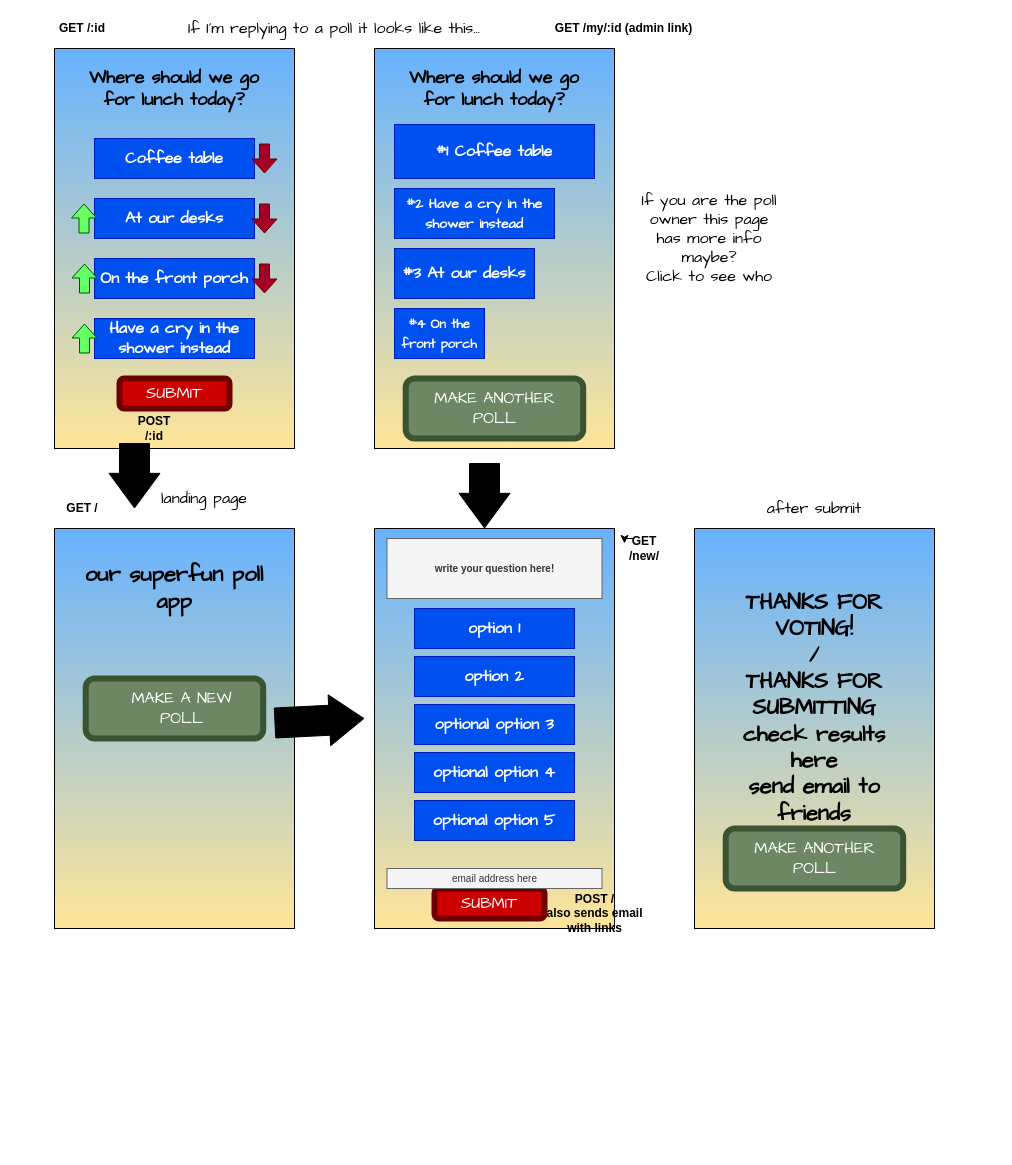
This is docs/UI mockups first draft.drawio from gybubest/midterm, a draw.io file, before an edit. Source tidied: cells renumbered, new cells numbered last; positions are measured from the earlier drawing's top-left corner, leaving out a move shared by most shapes. Both pictures are drawn from the tidied source at 100%, with x=0, y=0 at pixel (16, 18).
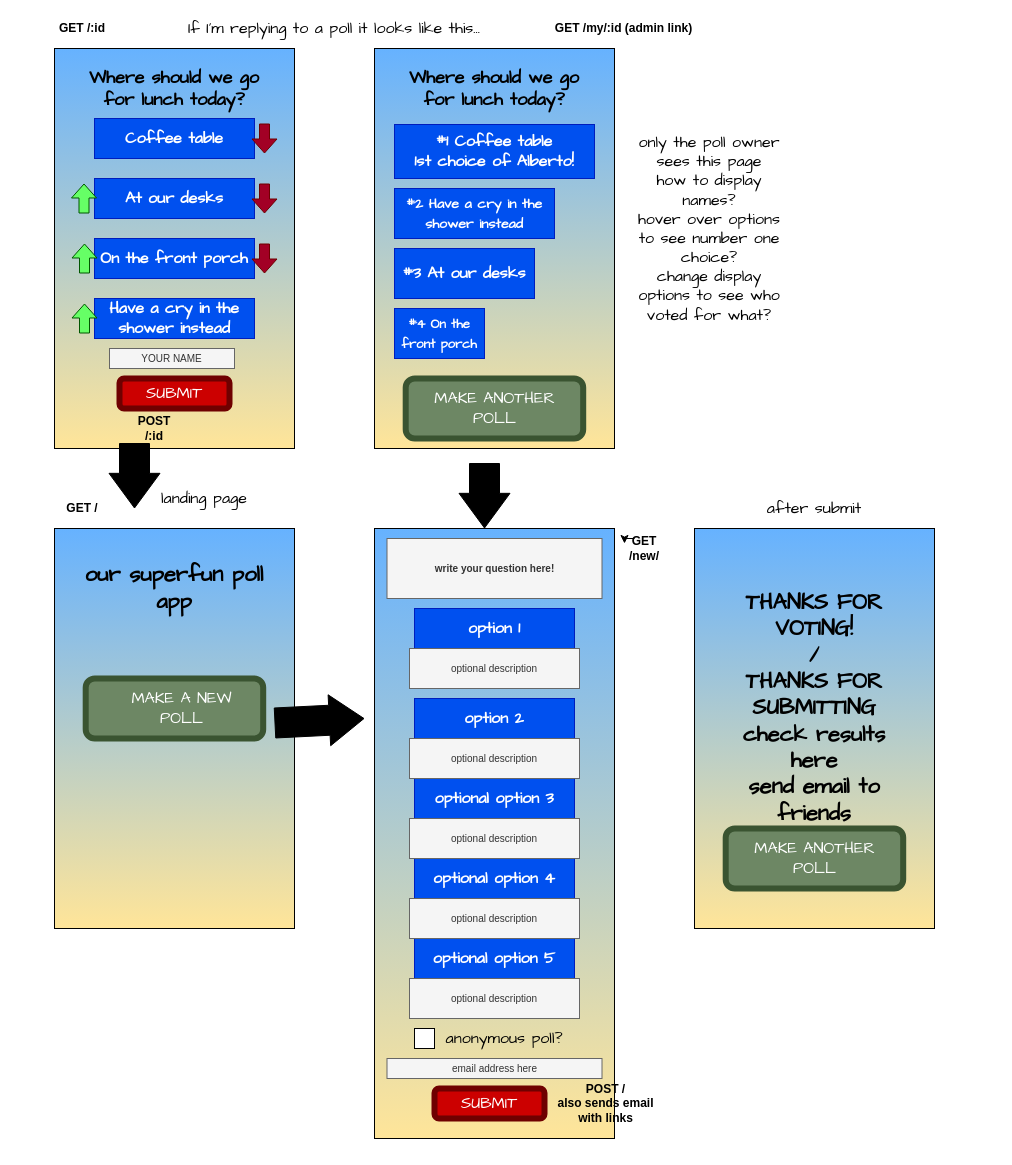
The same page after the edit.

The edit, as a diff of the source:
```diff
@@
     <mxCell id="4" value="Coffee table" style="text;html=1;strokeColor=#001DBC;fillColor=#0050ef;align=center;verticalAlign=middle;whiteSpace=wrap;rounded=0;fontFamily=Comic Sans MS;fontColor=#ffffff;fontStyle=1;fontSize=16;" parent="1" vertex="1">
-      <mxGeometry x="78" y="120" width="160" height="40" as="geometry" />
+      <mxGeometry x="78" y="100" width="160" height="40" as="geometry" />
     </mxCell>
     <mxCell id="5" value="At our desks" style="text;html=1;strokeColor=#001DBC;fillColor=#0050ef;align=center;verticalAlign=middle;whiteSpace=wrap;rounded=0;fontFamily=Comic Sans MS;fontColor=#ffffff;fontStyle=1;fontSize=16;" parent="1" vertex="1">
-      <mxGeometry x="78" y="180" width="160" height="40" as="geometry" />
+      <mxGeometry x="78" y="160" width="160" height="40" as="geometry" />
     </mxCell>
     <mxCell id="6" value="On the front porch" style="text;html=1;strokeColor=#001DBC;fillColor=#0050ef;align=center;verticalAlign=middle;whiteSpace=wrap;rounded=0;fontFamily=Comic Sans MS;fontColor=#ffffff;fontStyle=1;fontSize=16;" parent="1" vertex="1">
-      <mxGeometry x="78" y="240" width="160" height="40" as="geometry" />
+      <mxGeometry x="78" y="220" width="160" height="40" as="geometry" />
     </mxCell>
     <mxCell id="7" value="Have a cry in the shower instead" style="text;html=1;strokeColor=#001DBC;fillColor=#0050ef;align=center;verticalAlign=middle;whiteSpace=wrap;rounded=0;fontFamily=Comic Sans MS;fontColor=#ffffff;fontStyle=1;fontSize=16;" parent="1" vertex="1">
-      <mxGeometry x="78" y="300" width="160" height="40" as="geometry" />
+      <mxGeometry x="78" y="280" width="160" height="40" as="geometry" />
     </mxCell>
     <mxCell id="8" style="shape=flexArrow;endArrow=classic;html=1;fontFamily=Comic Sans MS;fontSize=16;fontColor=#FFFFFF;entryX=0;entryY=0;entryDx=0;entryDy=0;strokeColor=#005700;fillColor=#66FF66;endWidth=14;endSize=4.33;" parent="1" edge="1">
       <mxGeometry relative="1" as="geometry">
-        <mxPoint x="67.5" y="215" as="sourcePoint" />
-        <mxPoint x="67.5" y="185" as="targetPoint" />
+        <mxPoint x="67.5" y="195" as="sourcePoint" />
+        <mxPoint x="67.5" y="165" as="targetPoint" />
       </mxGeometry>
     </mxCell>
     <mxCell id="9" style="shape=flexArrow;endArrow=classic;html=1;fontFamily=Comic Sans MS;fontSize=16;fontColor=#FFFFFF;entryX=0;entryY=0;entryDx=0;entryDy=0;strokeColor=#005700;fillColor=#66FF66;endWidth=14;endSize=4.33;" parent="1" edge="1">
       <mxGeometry relative="1" as="geometry">
-        <mxPoint x="68" y="275" as="sourcePoint" />
-        <mxPoint x="68" y="245" as="targetPoint" />
+        <mxPoint x="68" y="255" as="sourcePoint" />
+        <mxPoint x="68" y="225" as="targetPoint" />
       </mxGeometry>
     </mxCell>
     <mxCell id="10" style="shape=flexArrow;endArrow=classic;html=1;fontFamily=Comic Sans MS;fontSize=16;fontColor=#FFFFFF;entryX=0;entryY=0;entryDx=0;entryDy=0;strokeColor=#005700;fillColor=#66FF66;endWidth=14;endSize=4.33;" parent="1" edge="1">
       <mxGeometry relative="1" as="geometry">
-        <mxPoint x="68" y="335" as="sourcePoint" />
-        <mxPoint x="68" y="305" as="targetPoint" />
+        <mxPoint x="68" y="315" as="sourcePoint" />
+        <mxPoint x="68" y="285" as="targetPoint" />
       </mxGeometry>
     </mxCell>
     <mxCell id="11" style="shape=flexArrow;endArrow=classic;html=1;fontFamily=Comic Sans MS;fontSize=16;fontColor=#FFFFFF;strokeColor=#6F0000;fillColor=#a20025;endWidth=14;endSize=4.33;" parent="1" edge="1">
       <mxGeometry relative="1" as="geometry">
-        <mxPoint x="248" y="125" as="sourcePoint" />
-        <mxPoint x="248" y="155" as="targetPoint" />
+        <mxPoint x="248" y="105" as="sourcePoint" />
+        <mxPoint x="248" y="135" as="targetPoint" />
       </mxGeometry>
     </mxCell>
     <mxCell id="12" style="shape=flexArrow;endArrow=classic;html=1;fontFamily=Comic Sans MS;fontSize=16;fontColor=#FFFFFF;strokeColor=#6F0000;fillColor=#a20025;endWidth=14;endSize=4.33;" parent="1" edge="1">
       <mxGeometry relative="1" as="geometry">
-        <mxPoint x="248" y="185" as="sourcePoint" />
-        <mxPoint x="248" y="215" as="targetPoint" />
+        <mxPoint x="248" y="165" as="sourcePoint" />
+        <mxPoint x="248" y="195" as="targetPoint" />
       </mxGeometry>
     </mxCell>
     <mxCell id="13" style="shape=flexArrow;endArrow=classic;html=1;fontFamily=Comic Sans MS;fontSize=16;fontColor=#FFFFFF;strokeColor=#6F0000;fillColor=#a20025;endWidth=14;endSize=4.33;" parent="1" edge="1">
       <mxGeometry relative="1" as="geometry">
-        <mxPoint x="248" y="245" as="sourcePoint" />
-        <mxPoint x="248" y="275" as="targetPoint" />
+        <mxPoint x="248" y="225" as="sourcePoint" />
+        <mxPoint x="248" y="255" as="targetPoint" />
       </mxGeometry>
     </mxCell>
@@
-    <mxCell id="18" value="#1 Coffee table" style="text;html=1;strokeColor=#001DBC;fillColor=#0050ef;align=center;verticalAlign=middle;whiteSpace=wrap;rounded=0;fontFamily=Comic Sans MS;fontColor=#ffffff;fontStyle=1;fontSize=16;" parent="1" vertex="1">
+    <mxCell id="18" value="&lt;div&gt;#1 Coffee table&lt;/div&gt;&lt;div&gt;1st choice of Alberto!&lt;br&gt;&lt;/div&gt;" style="text;html=1;strokeColor=#001DBC;fillColor=#0050ef;align=center;verticalAlign=middle;whiteSpace=wrap;rounded=0;fontFamily=Comic Sans MS;fontColor=#ffffff;fontStyle=1;fontSize=16;" parent="1" vertex="1">
       <mxGeometry x="378" y="106" width="200" height="54" as="geometry" />
     </mxCell>
@@
     <mxCell id="32" style="rounded=0;whiteSpace=wrap;html=1;fillColor=#FFE599;gradientDirection=north;gradientColor=#66B2FF;" parent="1" vertex="1">
-      <mxGeometry x="358" y="510" width="240" height="400" as="geometry" />
+      <mxGeometry x="358" y="510" width="240" height="610" as="geometry" />
     </mxCell>
@@
     <mxCell id="34" value="option 2" style="text;html=1;strokeColor=#001DBC;fillColor=#0050ef;align=center;verticalAlign=middle;whiteSpace=wrap;rounded=0;fontFamily=Comic Sans MS;fontColor=#ffffff;fontStyle=1;fontSize=16;" parent="1" vertex="1">
-      <mxGeometry x="398" y="638" width="160" height="40" as="geometry" />
+      <mxGeometry x="398" y="680" width="160" height="40" as="geometry" />
     </mxCell>
     <mxCell id="35" value="optional option 3" style="text;html=1;strokeColor=#001DBC;fillColor=#0050ef;align=center;verticalAlign=middle;whiteSpace=wrap;rounded=0;fontFamily=Comic Sans MS;fontColor=#ffffff;fontStyle=1;fontSize=16;" parent="1" vertex="1">
-      <mxGeometry x="398" y="686" width="160" height="40" as="geometry" />
+      <mxGeometry x="398" y="760" width="160" height="40" as="geometry" />
     </mxCell>
     <mxCell id="36" value="optional option 4" style="text;html=1;strokeColor=#001DBC;fillColor=#0050ef;align=center;verticalAlign=middle;whiteSpace=wrap;rounded=0;fontFamily=Comic Sans MS;fontColor=#ffffff;fontStyle=1;fontSize=16;" parent="1" vertex="1">
-      <mxGeometry x="398" y="734" width="160" height="40" as="geometry" />
+      <mxGeometry x="398" y="840" width="160" height="40" as="geometry" />
     </mxCell>
     <mxCell id="37" value="optional option 5" style="text;html=1;strokeColor=#001DBC;fillColor=#0050ef;align=center;verticalAlign=middle;whiteSpace=wrap;rounded=0;fontFamily=Comic Sans MS;fontColor=#ffffff;fontStyle=1;fontSize=16;" parent="1" vertex="1">
-      <mxGeometry x="398" y="782" width="160" height="40" as="geometry" />
+      <mxGeometry x="398" y="920" width="160" height="40" as="geometry" />
     </mxCell>
     <mxCell id="38" style="rounded=1;whiteSpace=wrap;html=1;fontFamily=Comic Sans MS;fontSize=16;fontColor=#ffffff;strokeColor=#6F0000;strokeWidth=6;fillColor=#CC0000;" parent="1" vertex="1">
-      <mxGeometry x="418" y="870" width="110" height="30" as="geometry" />
+      <mxGeometry x="418" y="1070" width="110" height="30" as="geometry" />
     </mxCell>
     <mxCell id="39" value="SUBMIT" style="text;html=1;strokeColor=none;fillColor=none;align=center;verticalAlign=middle;whiteSpace=wrap;rounded=0;fontFamily=Comic Sans MS;fontSize=16;fontColor=#FFFFFF;" parent="1" vertex="1">
-      <mxGeometry x="453" y="875" width="40" height="20" as="geometry" />
+      <mxGeometry x="453" y="1075" width="40" height="20" as="geometry" />
     </mxCell>
@@
     <mxCell id="41" value="email address here" style="text;html=1;strokeColor=#666666;fillColor=#f5f5f5;align=center;verticalAlign=middle;whiteSpace=wrap;rounded=0;labelBorderColor=none;fontColor=#333333;fontSize=10;" parent="1" vertex="1">
-      <mxGeometry x="370.5" y="850" width="215" height="20" as="geometry" />
+      <mxGeometry x="370.5" y="1040" width="215" height="20" as="geometry" />
     </mxCell>
-    <mxCell id="42" value="If you are the poll&lt;br&gt;&lt;div&gt;owner this page has more info maybe?&lt;/div&gt;&lt;div&gt;Click to see who &lt;br&gt; &lt;/div&gt;" style="text;html=1;strokeColor=none;fillColor=none;align=center;verticalAlign=middle;whiteSpace=wrap;rounded=0;fontFamily=Comic Sans MS;fontSize=16;" parent="1" vertex="1">
+    <mxCell id="42" value="&lt;div&gt;only the poll owner sees this page&lt;/div&gt;&lt;div&gt;how to display names?&lt;/div&gt;&lt;div&gt;hover over options to see number one choice?&lt;/div&gt;&lt;div&gt;change display options to see who voted for what?&lt;/div&gt;&lt;div&gt;&lt;br&gt;&lt;/div&gt;" style="text;html=1;strokeColor=none;fillColor=none;align=center;verticalAlign=middle;whiteSpace=wrap;rounded=0;fontFamily=Comic Sans MS;fontSize=16;" parent="1" vertex="1">
       <mxGeometry x="618" y="110" width="150" height="220" as="geometry" />
     </mxCell>
@@
     <mxCell id="46" value="&lt;div&gt;POST /&lt;/div&gt;&lt;div&gt;also sends email with links&lt;br&gt;&lt;/div&gt;" style="text;html=1;strokeColor=none;fillColor=none;align=center;verticalAlign=middle;whiteSpace=wrap;rounded=0;fontStyle=1;" parent="1" vertex="1">
-      <mxGeometry x="526.8" y="850" width="102.5" height="90" as="geometry" />
+      <mxGeometry x="538" y="1040" width="102.5" height="90" as="geometry" />
     </mxCell>
@@
+    <mxCell id="56" style="rounded=0;whiteSpace=wrap;html=1;" parent="1" vertex="1">
+      <mxGeometry x="398" y="1010" width="20" height="20" as="geometry" />
+    </mxCell>
+    <mxCell id="57" value="&lt;div&gt;anonymous poll?&lt;/div&gt;" style="text;html=1;strokeColor=none;fillColor=none;align=center;verticalAlign=middle;whiteSpace=wrap;rounded=0;fontFamily=Comic Sans MS;fontSize=16;" parent="1" vertex="1">
+      <mxGeometry x="398" y="1010" width="180" height="20" as="geometry" />
+    </mxCell>
+    <mxCell id="58" value="YOUR NAME" style="text;html=1;strokeColor=#666666;fillColor=#f5f5f5;align=center;verticalAlign=middle;whiteSpace=wrap;rounded=0;labelBorderColor=none;fontColor=#333333;fontSize=10;" parent="1" vertex="1">
+      <mxGeometry x="93" y="330" width="125" height="20" as="geometry" />
+    </mxCell>
+    <mxCell id="59" value="&lt;div&gt;optional description&lt;/div&gt;" style="text;html=1;strokeColor=#666666;fillColor=#f5f5f5;align=center;verticalAlign=middle;whiteSpace=wrap;rounded=0;labelBorderColor=none;fontColor=#333333;fontSize=10;" parent="1" vertex="1">
+      <mxGeometry x="393" y="630" width="170" height="40" as="geometry" />
+    </mxCell>
+    <mxCell id="60" value="&lt;div&gt;optional description&lt;/div&gt;" style="text;html=1;strokeColor=#666666;fillColor=#f5f5f5;align=center;verticalAlign=middle;whiteSpace=wrap;rounded=0;labelBorderColor=none;fontColor=#333333;fontSize=10;" parent="1" vertex="1">
+      <mxGeometry x="393" y="720" width="170" height="40" as="geometry" />
+    </mxCell>
+    <mxCell id="61" value="&lt;div&gt;optional description&lt;/div&gt;" style="text;html=1;strokeColor=#666666;fillColor=#f5f5f5;align=center;verticalAlign=middle;whiteSpace=wrap;rounded=0;labelBorderColor=none;fontColor=#333333;fontSize=10;" parent="1" vertex="1">
+      <mxGeometry x="393" y="800" width="170" height="40" as="geometry" />
+    </mxCell>
+    <mxCell id="62" value="&lt;div&gt;optional description&lt;/div&gt;" style="text;html=1;strokeColor=#666666;fillColor=#f5f5f5;align=center;verticalAlign=middle;whiteSpace=wrap;rounded=0;labelBorderColor=none;fontColor=#333333;fontSize=10;" parent="1" vertex="1">
+      <mxGeometry x="393" y="880" width="170" height="40" as="geometry" />
+    </mxCell>
+    <mxCell id="63" value="&lt;div&gt;optional description&lt;/div&gt;" style="text;html=1;strokeColor=#666666;fillColor=#f5f5f5;align=center;verticalAlign=middle;whiteSpace=wrap;rounded=0;labelBorderColor=none;fontColor=#333333;fontSize=10;" parent="1" vertex="1">
+      <mxGeometry x="393" y="960" width="170" height="40" as="geometry" />
+    </mxCell>
```
